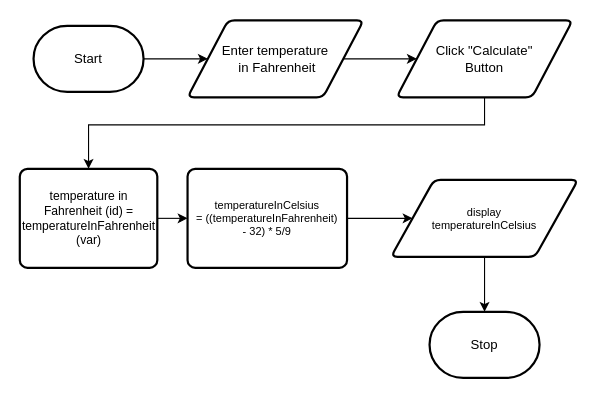
This is design/flowchart.drawio from MTHS-ICD2O-1-2023/ICD2O-Unit-3-04-Julianne-Leblanc-Peltier, a draw.io file, before an edit. Source tidied: cells renumbered, new cells numbered last; positions are measured from the earlier drawing's top-left corner, leaving out a move shared by most shapes. Both pictures are drawn from the tidied source at 110%, with x=0, y=0 at pixel (20, 20).
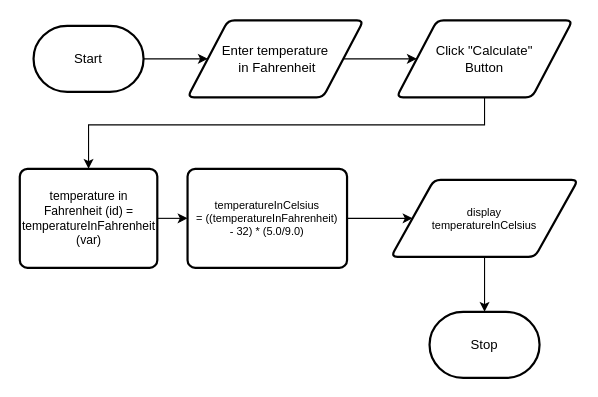
The same diagram, later.

What changed in the source:
```diff
@@
 <mxGraphModel>
   <root>
     <mxCell id="0" />
     <mxCell id="1" parent="0" />
     <mxCell id="2" style="edgeStyle=none;html=1;exitX=1;exitY=0.5;exitDx=0;exitDy=0;exitPerimeter=0;entryX=0;entryY=0.5;entryDx=0;entryDy=0;" parent="1" edge="1" source="3" target="5">
       <mxGeometry relative="1" as="geometry" />
     </mxCell>
     <mxCell id="3" value="Start" style="strokeWidth=2;html=1;shape=mxgraph.flowchart.terminator;whiteSpace=wrap;" parent="1" vertex="1">
       <mxGeometry x="12" y="5" width="100" height="60" as="geometry" />
     </mxCell>
     <mxCell id="4" style="edgeStyle=none;html=1;exitX=1;exitY=0.5;exitDx=0;exitDy=0;" parent="1" edge="1" source="5" target="7">
       <mxGeometry relative="1" as="geometry" />
     </mxCell>
     <mxCell id="5" value="Enter temperature&lt;br&gt;&amp;nbsp;in Fahrenheit" style="shape=parallelogram;html=1;strokeWidth=2;perimeter=parallelogramPerimeter;whiteSpace=wrap;rounded=1;arcSize=12;size=0.23;" parent="1" vertex="1">
       <mxGeometry x="152" width="160" height="70" as="geometry" />
     </mxCell>
     <mxCell id="6" style="edgeStyle=none;html=1;exitX=0.5;exitY=1;exitDx=0;exitDy=0;entryX=0.5;entryY=0;entryDx=0;entryDy=0;fontSize=10;rounded=0;" parent="1" edge="1" source="7" target="11">
       <mxGeometry relative="1" as="geometry">
         <Array as="points">
           <mxPoint x="422" y="95" />
           <mxPoint x="62" y="95" />
         </Array>
       </mxGeometry>
     </mxCell>
     <mxCell id="7" value="Click &quot;Calculate&quot; &lt;br&gt;Button" style="shape=parallelogram;html=1;strokeWidth=2;perimeter=parallelogramPerimeter;whiteSpace=wrap;rounded=1;arcSize=12;size=0.23;" parent="1" vertex="1">
       <mxGeometry x="342" width="160" height="70" as="geometry" />
     </mxCell>
     <mxCell id="8" style="edgeStyle=none;rounded=0;html=1;exitX=1;exitY=0.5;exitDx=0;exitDy=0;entryX=0;entryY=0.5;entryDx=0;entryDy=0;fontSize=10;" parent="1" edge="1" source="9" target="13">
       <mxGeometry relative="1" as="geometry" />
     </mxCell>
-    <mxCell id="9" value="temperatureInCelsius =&amp;nbsp;((temperatureInFahrenheit) &lt;br&gt;- 32) * 5/9" style="rounded=1;whiteSpace=wrap;html=1;absoluteArcSize=1;arcSize=14;strokeWidth=2;fontSize=10;" parent="1" vertex="1">
+    <mxCell id="9" value="temperatureInCelsius =&amp;nbsp;((temperatureInFahrenheit) &lt;br&gt;- 32) * (5.0/9.0)" style="rounded=1;whiteSpace=wrap;html=1;absoluteArcSize=1;arcSize=14;strokeWidth=2;fontSize=10;" parent="1" vertex="1">
       <mxGeometry x="152" y="135" width="145" height="90" as="geometry" />
     </mxCell>
     <mxCell id="10" style="edgeStyle=none;rounded=0;html=1;exitX=1;exitY=0.5;exitDx=0;exitDy=0;fontSize=10;" parent="1" edge="1" source="11" target="9">
       <mxGeometry relative="1" as="geometry" />
     </mxCell>
     <mxCell id="11" value="temperature in Fahrenheit (id) = temperatureInFahrenheit (var)" style="rounded=1;whiteSpace=wrap;html=1;absoluteArcSize=1;arcSize=14;strokeWidth=2;fontSize=11;" parent="1" vertex="1">
       <mxGeometry x="-0.5" y="135" width="125" height="90" as="geometry" />
     </mxCell>
     <mxCell id="12" style="edgeStyle=none;rounded=0;html=1;exitX=0.5;exitY=1;exitDx=0;exitDy=0;entryX=0.5;entryY=0;entryDx=0;entryDy=0;entryPerimeter=0;fontSize=10;" parent="1" edge="1" source="13" target="14">
       <mxGeometry relative="1" as="geometry" />
     </mxCell>
     <mxCell id="13" value="display&lt;br&gt;temperatureInCelsius" style="shape=parallelogram;html=1;strokeWidth=2;perimeter=parallelogramPerimeter;whiteSpace=wrap;rounded=1;arcSize=12;size=0.23;fontSize=10;" parent="1" vertex="1">
       <mxGeometry x="337" y="145" width="170" height="70" as="geometry" />
     </mxCell>
     <mxCell id="14" value="Stop" style="strokeWidth=2;html=1;shape=mxgraph.flowchart.terminator;whiteSpace=wrap;" parent="1" vertex="1">
       <mxGeometry x="372" y="265" width="100" height="60" as="geometry" />
     </mxCell>
   </root>
 </mxGraphModel>
```
